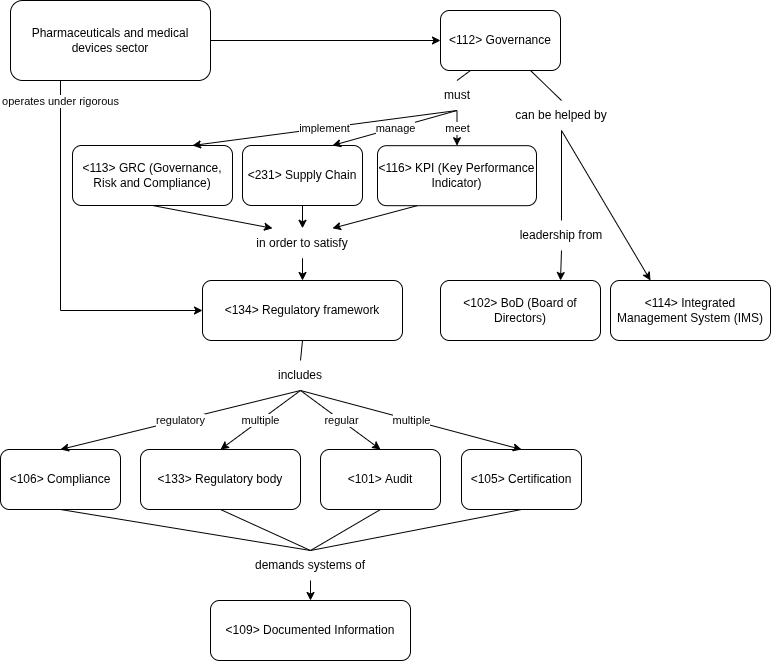
The draw.io diagram courses/smis/project/conceptMap_business_8.drawio.png in ana-mc-almeida/meic, before a commit. Source tidied: cells renumbered, new cells last; positions are measured from the earlier drawing's top-left corner, leaving out a move shared by most shapes. The source it was exported from:
```xml
<mxGraphModel>
  <root>
    <mxCell id="0" />
    <mxCell id="1" parent="0" />
    <mxCell id="2" value="&amp;lt;112&amp;gt;&amp;nbsp;Governance" style="rounded=1;whiteSpace=wrap;html=1;" parent="1" vertex="1">
      <mxGeometry x="440" y="10" width="120" height="60" as="geometry" />
    </mxCell>
    <mxCell id="3" value="&amp;lt;106&amp;gt;&amp;nbsp;Compliance" style="rounded=1;whiteSpace=wrap;html=1;" parent="1" vertex="1">
      <mxGeometry y="449" width="120" height="60" as="geometry" />
    </mxCell>
    <mxCell id="4" value="&amp;lt;105&amp;gt;&amp;nbsp;Certification" style="rounded=1;whiteSpace=wrap;html=1;" parent="1" vertex="1">
      <mxGeometry x="461" y="449" width="120" height="60" as="geometry" />
    </mxCell>
    <mxCell id="5" value="&amp;lt;102&amp;gt;&amp;nbsp;BoD (Board of Directors)" style="rounded=1;whiteSpace=wrap;html=1;" parent="1" vertex="1">
      <mxGeometry x="440" y="280" width="160" height="60" as="geometry" />
    </mxCell>
    <mxCell id="6" value="&amp;lt;231&amp;gt;&amp;nbsp;Supply Chain" style="rounded=1;whiteSpace=wrap;html=1;" parent="1" vertex="1">
      <mxGeometry x="242" y="145" width="120" height="60" as="geometry" />
    </mxCell>
    <mxCell id="7" value="&amp;lt;114&amp;gt;&amp;nbsp;Integrated Management System (IMS)" style="rounded=1;whiteSpace=wrap;html=1;" parent="1" vertex="1">
      <mxGeometry x="610" y="280" width="160" height="60" as="geometry" />
    </mxCell>
    <mxCell id="8" value="&amp;lt;134&amp;gt;&amp;nbsp;Regulatory framework" style="rounded=1;whiteSpace=wrap;html=1;" parent="1" vertex="1">
      <mxGeometry x="202" y="280" width="200" height="60" as="geometry" />
    </mxCell>
    <mxCell id="9" value="&amp;lt;113&amp;gt;&amp;nbsp;GRC (Governance, Risk and Compliance)" style="rounded=1;whiteSpace=wrap;html=1;" parent="1" vertex="1">
      <mxGeometry x="72" y="145" width="160" height="60" as="geometry" />
    </mxCell>
    <mxCell id="10" value="&amp;lt;133&amp;gt;&amp;nbsp;Regulatory body" style="rounded=1;whiteSpace=wrap;html=1;" parent="1" vertex="1">
      <mxGeometry x="140" y="449" width="160" height="60" as="geometry" />
    </mxCell>
    <mxCell id="11" value="&amp;lt;109&amp;gt;&amp;nbsp;Documented Information" style="rounded=1;whiteSpace=wrap;html=1;" parent="1" vertex="1">
      <mxGeometry x="210" y="600" width="200" height="60" as="geometry" />
    </mxCell>
    <mxCell id="12" value="&amp;lt;101&amp;gt;&amp;nbsp;Audit" style="rounded=1;whiteSpace=wrap;html=1;" parent="1" vertex="1">
      <mxGeometry x="320" y="449" width="120" height="60" as="geometry" />
    </mxCell>
    <mxCell id="13" value="&amp;lt;116&amp;gt;&amp;nbsp;KPI (Key Performance Indicator)" style="rounded=1;whiteSpace=wrap;html=1;" parent="1" vertex="1">
      <mxGeometry x="377" y="145.2" width="159" height="60" as="geometry" />
    </mxCell>
    <mxCell id="14" value="Pharmaceuticals and medical devices sector" style="rounded=1;whiteSpace=wrap;html=1;" parent="1" vertex="1">
      <mxGeometry x="10" width="200" height="80" as="geometry" />
    </mxCell>
    <mxCell id="15" style="endArrow=classic;html=1;rounded=0;entryX=0;entryY=0.5;entryDx=0;entryDy=0;exitX=0.25;exitY=1;exitDx=0;exitDy=0;" parent="1" edge="1" source="14" target="8">
      <mxGeometry relative="1" as="geometry">
        <Array as="points">
          <mxPoint x="60" y="310" />
        </Array>
      </mxGeometry>
    </mxCell>
    <mxCell id="16" value="operates under rigorous" style="edgeLabel;html=1;align=center;verticalAlign=middle;" parent="15" vertex="1">
      <mxGeometry relative="1" as="geometry">
        <mxPoint y="-166" as="offset" />
      </mxGeometry>
    </mxCell>
    <mxCell id="17" style="endArrow=classic;html=1;rounded=0;exitX=1;exitY=0.5;exitDx=0;exitDy=0;entryX=0;entryY=0.5;entryDx=0;entryDy=0;" parent="1" edge="1" source="14" target="2">
      <mxGeometry relative="1" as="geometry" />
    </mxCell>
    <mxCell id="18" value="includes" style="text;html=1;align=center;verticalAlign=middle;whiteSpace=wrap;rounded=0;" parent="1" vertex="1">
      <mxGeometry x="270" y="360" width="60" height="30" as="geometry" />
    </mxCell>
    <mxCell id="19" style="endArrow=none;html=1;rounded=0;entryX=0.5;entryY=1;entryDx=0;entryDy=0;exitX=0.5;exitY=0;exitDx=0;exitDy=0;" parent="1" edge="1" source="18" target="8">
      <mxGeometry relative="1" as="geometry" />
    </mxCell>
    <mxCell id="20" style="endArrow=classic;html=1;rounded=0;entryX=0.5;entryY=0;entryDx=0;entryDy=0;exitX=0.5;exitY=1;exitDx=0;exitDy=0;" parent="1" edge="1" source="18" target="3">
      <mxGeometry relative="1" as="geometry" />
    </mxCell>
    <mxCell id="21" value="regulatory" style="edgeLabel;html=1;align=center;verticalAlign=middle;" parent="20" vertex="1">
      <mxGeometry relative="1" as="geometry" />
    </mxCell>
    <mxCell id="22" style="endArrow=classic;html=1;rounded=0;exitX=0.5;exitY=1;exitDx=0;exitDy=0;entryX=0.5;entryY=0;entryDx=0;entryDy=0;" parent="1" edge="1" source="18" target="10">
      <mxGeometry relative="1" as="geometry" />
    </mxCell>
    <mxCell id="23" value="multiple" style="edgeLabel;html=1;align=center;verticalAlign=middle;" parent="22" vertex="1">
      <mxGeometry relative="1" as="geometry" />
    </mxCell>
    <mxCell id="24" style="endArrow=classic;html=1;rounded=0;exitX=0.5;exitY=1;exitDx=0;exitDy=0;entryX=0.5;entryY=0;entryDx=0;entryDy=0;" parent="1" edge="1" source="18" target="12">
      <mxGeometry relative="1" as="geometry" />
    </mxCell>
    <mxCell id="25" value="regular" style="edgeLabel;html=1;align=center;verticalAlign=middle;" parent="24" vertex="1">
      <mxGeometry relative="1" as="geometry" />
    </mxCell>
    <mxCell id="26" style="endArrow=classic;html=1;rounded=0;exitX=0.5;exitY=1;exitDx=0;exitDy=0;entryX=0.5;entryY=0;entryDx=0;entryDy=0;" parent="1" edge="1" source="18" target="4">
      <mxGeometry relative="1" as="geometry" />
    </mxCell>
    <mxCell id="27" value="multiple" style="edgeLabel;html=1;align=center;verticalAlign=middle;" parent="26" vertex="1">
      <mxGeometry relative="1" as="geometry" />
    </mxCell>
    <mxCell id="28" style="endArrow=classic;html=1;rounded=0;entryX=0.75;entryY=0;entryDx=0;entryDy=0;exitX=0.5;exitY=1;exitDx=0;exitDy=0;" parent="1" edge="1" source="39" target="9">
      <mxGeometry relative="1" as="geometry" />
    </mxCell>
    <mxCell id="29" value="implement" style="edgeLabel;html=1;align=center;verticalAlign=middle;" parent="28" vertex="1">
      <mxGeometry relative="1" as="geometry" />
    </mxCell>
    <mxCell id="30" style="endArrow=classic;html=1;rounded=0;exitX=0.5;exitY=1;exitDx=0;exitDy=0;entryX=0.75;entryY=0;entryDx=0;entryDy=0;" parent="1" edge="1" source="39" target="6">
      <mxGeometry relative="1" as="geometry" />
    </mxCell>
    <mxCell id="31" value="manage" style="edgeLabel;html=1;align=center;verticalAlign=middle;" parent="30" vertex="1">
      <mxGeometry relative="1" as="geometry" />
    </mxCell>
    <mxCell id="32" style="endArrow=classic;html=1;rounded=0;exitX=0.5;exitY=1;exitDx=0;exitDy=0;entryX=0.5;entryY=0;entryDx=0;entryDy=0;" parent="1" edge="1" source="39" target="13">
      <mxGeometry relative="1" as="geometry" />
    </mxCell>
    <mxCell id="33" value="meet" style="edgeLabel;html=1;align=center;verticalAlign=middle;" parent="32" vertex="1">
      <mxGeometry relative="1" as="geometry" />
    </mxCell>
    <mxCell id="34" value="in order to satisfy" style="text;html=1;align=center;verticalAlign=middle;whiteSpace=wrap;rounded=0;" parent="1" vertex="1">
      <mxGeometry x="242" y="227.8" width="120" height="30" as="geometry" />
    </mxCell>
    <mxCell id="35" style="endArrow=classic;html=1;rounded=0;exitX=0.5;exitY=1;exitDx=0;exitDy=0;entryX=0.25;entryY=0;entryDx=0;entryDy=0;" parent="1" edge="1" source="9" target="34">
      <mxGeometry relative="1" as="geometry" />
    </mxCell>
    <mxCell id="36" style="endArrow=classic;html=1;rounded=0;exitX=0.5;exitY=1;exitDx=0;exitDy=0;entryX=0.5;entryY=0;entryDx=0;entryDy=0;" parent="1" edge="1" source="6" target="34">
      <mxGeometry relative="1" as="geometry" />
    </mxCell>
    <mxCell id="37" style="endArrow=classic;html=1;rounded=0;exitX=0.25;exitY=1;exitDx=0;exitDy=0;entryX=0.75;entryY=0;entryDx=0;entryDy=0;" parent="1" edge="1" source="13" target="34">
      <mxGeometry relative="1" as="geometry" />
    </mxCell>
    <mxCell id="38" style="endArrow=classic;html=1;rounded=0;entryX=0.5;entryY=0;entryDx=0;entryDy=0;exitX=0.5;exitY=1;exitDx=0;exitDy=0;" parent="1" edge="1" source="34" target="8">
      <mxGeometry relative="1" as="geometry" />
    </mxCell>
    <mxCell id="39" value="must" style="text;html=1;align=center;verticalAlign=middle;whiteSpace=wrap;rounded=0;" parent="1" vertex="1">
      <mxGeometry x="426.5" y="80" width="60" height="30" as="geometry" />
    </mxCell>
    <mxCell id="40" style="endArrow=none;html=1;rounded=0;entryX=0.25;entryY=1;entryDx=0;entryDy=0;exitX=0.5;exitY=0;exitDx=0;exitDy=0;" parent="1" edge="1" source="39" target="2">
      <mxGeometry relative="1" as="geometry" />
    </mxCell>
    <mxCell id="41" value="can be helped by" style="text;html=1;align=center;verticalAlign=middle;whiteSpace=wrap;rounded=0;" parent="1" vertex="1">
      <mxGeometry x="506" y="100" width="110" height="30" as="geometry" />
    </mxCell>
    <mxCell id="42" style="endArrow=none;html=1;rounded=0;entryX=0.75;entryY=1;entryDx=0;entryDy=0;exitX=0.5;exitY=0;exitDx=0;exitDy=0;" parent="1" edge="1" source="41" target="2">
      <mxGeometry relative="1" as="geometry" />
    </mxCell>
    <mxCell id="43" style="endArrow=classic;html=1;rounded=0;entryX=0.25;entryY=0;entryDx=0;entryDy=0;exitX=0.5;exitY=1;exitDx=0;exitDy=0;" parent="1" edge="1" source="41" target="7">
      <mxGeometry relative="1" as="geometry" />
    </mxCell>
    <mxCell id="44" value="leadership from" style="text;html=1;align=center;verticalAlign=middle;whiteSpace=wrap;rounded=0;" parent="1" vertex="1">
      <mxGeometry x="501" y="220" width="120" height="30" as="geometry" />
    </mxCell>
    <mxCell id="45" style="endArrow=classic;html=1;rounded=0;entryX=0.75;entryY=0;entryDx=0;entryDy=0;exitX=0.5;exitY=1;exitDx=0;exitDy=0;" parent="1" edge="1" source="44" target="5">
      <mxGeometry relative="1" as="geometry" />
    </mxCell>
    <mxCell id="46" style="endArrow=none;html=1;rounded=0;entryX=0.5;entryY=1;entryDx=0;entryDy=0;exitX=0.5;exitY=0;exitDx=0;exitDy=0;" parent="1" edge="1" source="44" target="41">
      <mxGeometry relative="1" as="geometry" />
    </mxCell>
    <mxCell id="47" value="demands systems of" style="text;html=1;align=center;verticalAlign=middle;whiteSpace=wrap;rounded=0;" parent="1" vertex="1">
      <mxGeometry x="250" y="550" width="120" height="30" as="geometry" />
    </mxCell>
    <mxCell id="48" style="endArrow=classic;html=1;rounded=0;entryX=0.5;entryY=0;entryDx=0;entryDy=0;exitX=0.5;exitY=1;exitDx=0;exitDy=0;" parent="1" edge="1" source="47" target="11">
      <mxGeometry relative="1" as="geometry" />
    </mxCell>
    <mxCell id="49" style="endArrow=none;html=1;rounded=0;entryX=0.5;entryY=1;entryDx=0;entryDy=0;exitX=0.5;exitY=0;exitDx=0;exitDy=0;" parent="1" edge="1" source="47" target="3">
      <mxGeometry relative="1" as="geometry" />
    </mxCell>
    <mxCell id="50" style="endArrow=none;html=1;rounded=0;entryX=0.5;entryY=1;entryDx=0;entryDy=0;exitX=0.5;exitY=0;exitDx=0;exitDy=0;" parent="1" edge="1" source="47" target="10">
      <mxGeometry relative="1" as="geometry" />
    </mxCell>
    <mxCell id="51" style="endArrow=none;html=1;rounded=0;entryX=0.5;entryY=1;entryDx=0;entryDy=0;exitX=0.5;exitY=0;exitDx=0;exitDy=0;" parent="1" edge="1" source="47" target="12">
      <mxGeometry relative="1" as="geometry" />
    </mxCell>
    <mxCell id="52" style="endArrow=none;html=1;rounded=0;entryX=0.5;entryY=1;entryDx=0;entryDy=0;exitX=0.5;exitY=0;exitDx=0;exitDy=0;" parent="1" edge="1" source="47" target="4">
      <mxGeometry relative="1" as="geometry" />
    </mxCell>
  </root>
</mxGraphModel>
```
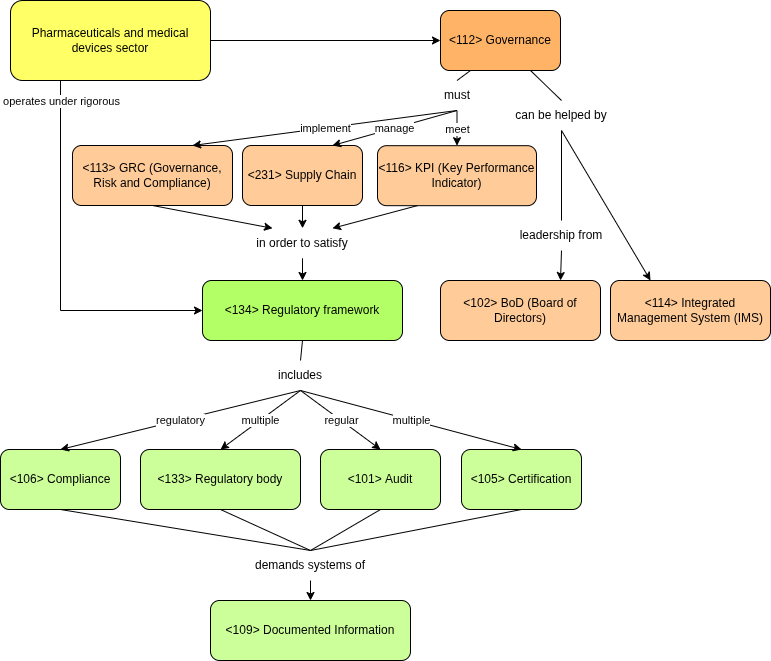
After the commit.

What changed in the source:
```diff
@@ -2,43 +2,43 @@
   <root>
     <mxCell id="0" />
     <mxCell id="1" parent="0" />
-    <mxCell id="2" value="&amp;lt;112&amp;gt;&amp;nbsp;Governance" style="rounded=1;whiteSpace=wrap;html=1;" parent="1" vertex="1">
+    <mxCell id="2" value="&amp;lt;112&amp;gt;&amp;nbsp;Governance" style="rounded=1;whiteSpace=wrap;html=1;fillColor=#FFB366;" parent="1" vertex="1">
       <mxGeometry x="440" y="10" width="120" height="60" as="geometry" />
     </mxCell>
-    <mxCell id="3" value="&amp;lt;106&amp;gt;&amp;nbsp;Compliance" style="rounded=1;whiteSpace=wrap;html=1;" parent="1" vertex="1">
+    <mxCell id="3" value="&amp;lt;106&amp;gt;&amp;nbsp;Compliance" style="rounded=1;whiteSpace=wrap;html=1;fillColor=#CCFF99;" parent="1" vertex="1">
       <mxGeometry y="449" width="120" height="60" as="geometry" />
     </mxCell>
-    <mxCell id="4" value="&amp;lt;105&amp;gt;&amp;nbsp;Certification" style="rounded=1;whiteSpace=wrap;html=1;" parent="1" vertex="1">
+    <mxCell id="4" value="&amp;lt;105&amp;gt;&amp;nbsp;Certification" style="rounded=1;whiteSpace=wrap;html=1;fillColor=#CCFF99;" parent="1" vertex="1">
       <mxGeometry x="461" y="449" width="120" height="60" as="geometry" />
     </mxCell>
-    <mxCell id="5" value="&amp;lt;102&amp;gt;&amp;nbsp;BoD (Board of Directors)" style="rounded=1;whiteSpace=wrap;html=1;" parent="1" vertex="1">
+    <mxCell id="5" value="&amp;lt;102&amp;gt;&amp;nbsp;BoD (Board of Directors)" style="rounded=1;whiteSpace=wrap;html=1;fillColor=#FFCC99;" parent="1" vertex="1">
       <mxGeometry x="440" y="280" width="160" height="60" as="geometry" />
     </mxCell>
-    <mxCell id="6" value="&amp;lt;231&amp;gt;&amp;nbsp;Supply Chain" style="rounded=1;whiteSpace=wrap;html=1;" parent="1" vertex="1">
+    <mxCell id="6" value="&amp;lt;231&amp;gt;&amp;nbsp;Supply Chain" style="rounded=1;whiteSpace=wrap;html=1;fillColor=#FFCC99;" parent="1" vertex="1">
       <mxGeometry x="242" y="145" width="120" height="60" as="geometry" />
     </mxCell>
-    <mxCell id="7" value="&amp;lt;114&amp;gt;&amp;nbsp;Integrated Management System (IMS)" style="rounded=1;whiteSpace=wrap;html=1;" parent="1" vertex="1">
+    <mxCell id="7" value="&amp;lt;114&amp;gt;&amp;nbsp;Integrated Management System (IMS)" style="rounded=1;whiteSpace=wrap;html=1;fillColor=#FFCC99;" parent="1" vertex="1">
       <mxGeometry x="610" y="280" width="160" height="60" as="geometry" />
     </mxCell>
-    <mxCell id="8" value="&amp;lt;134&amp;gt;&amp;nbsp;Regulatory framework" style="rounded=1;whiteSpace=wrap;html=1;" parent="1" vertex="1">
+    <mxCell id="8" value="&amp;lt;134&amp;gt;&amp;nbsp;Regulatory framework" style="rounded=1;whiteSpace=wrap;html=1;fillColor=#B3FF66;" parent="1" vertex="1">
       <mxGeometry x="202" y="280" width="200" height="60" as="geometry" />
     </mxCell>
-    <mxCell id="9" value="&amp;lt;113&amp;gt;&amp;nbsp;GRC (Governance, Risk and Compliance)" style="rounded=1;whiteSpace=wrap;html=1;" parent="1" vertex="1">
+    <mxCell id="9" value="&amp;lt;113&amp;gt;&amp;nbsp;GRC (Governance, Risk and Compliance)" style="rounded=1;whiteSpace=wrap;html=1;fillColor=#FFCC99;" parent="1" vertex="1">
       <mxGeometry x="72" y="145" width="160" height="60" as="geometry" />
     </mxCell>
-    <mxCell id="10" value="&amp;lt;133&amp;gt;&amp;nbsp;Regulatory body" style="rounded=1;whiteSpace=wrap;html=1;" parent="1" vertex="1">
+    <mxCell id="10" value="&amp;lt;133&amp;gt;&amp;nbsp;Regulatory body" style="rounded=1;whiteSpace=wrap;html=1;fillColor=#CCFF99;" parent="1" vertex="1">
       <mxGeometry x="140" y="449" width="160" height="60" as="geometry" />
     </mxCell>
-    <mxCell id="11" value="&amp;lt;109&amp;gt;&amp;nbsp;Documented Information" style="rounded=1;whiteSpace=wrap;html=1;" parent="1" vertex="1">
+    <mxCell id="11" value="&amp;lt;109&amp;gt;&amp;nbsp;Documented Information" style="rounded=1;whiteSpace=wrap;html=1;fillColor=#CCFF99;" parent="1" vertex="1">
       <mxGeometry x="210" y="600" width="200" height="60" as="geometry" />
     </mxCell>
-    <mxCell id="12" value="&amp;lt;101&amp;gt;&amp;nbsp;Audit" style="rounded=1;whiteSpace=wrap;html=1;" parent="1" vertex="1">
+    <mxCell id="12" value="&amp;lt;101&amp;gt;&amp;nbsp;Audit" style="rounded=1;whiteSpace=wrap;html=1;fillColor=#CCFF99;" parent="1" vertex="1">
       <mxGeometry x="320" y="449" width="120" height="60" as="geometry" />
     </mxCell>
-    <mxCell id="13" value="&amp;lt;116&amp;gt;&amp;nbsp;KPI (Key Performance Indicator)" style="rounded=1;whiteSpace=wrap;html=1;" parent="1" vertex="1">
+    <mxCell id="13" value="&amp;lt;116&amp;gt;&amp;nbsp;KPI (Key Performance Indicator)" style="rounded=1;whiteSpace=wrap;html=1;fillColor=#FFCC99;" parent="1" vertex="1">
       <mxGeometry x="377" y="145.2" width="159" height="60" as="geometry" />
     </mxCell>
-    <mxCell id="14" value="Pharmaceuticals and medical devices sector" style="rounded=1;whiteSpace=wrap;html=1;" parent="1" vertex="1">
+    <mxCell id="14" value="Pharmaceuticals and medical devices sector" style="rounded=1;whiteSpace=wrap;html=1;fillColor=#FFFF66;" parent="1" vertex="1">
       <mxGeometry x="10" width="200" height="80" as="geometry" />
     </mxCell>
     <mxCell id="15" style="endArrow=classic;html=1;rounded=0;entryX=0;entryY=0.5;entryDx=0;entryDy=0;exitX=0.25;exitY=1;exitDx=0;exitDy=0;" parent="1" edge="1" source="14" target="8">
```
